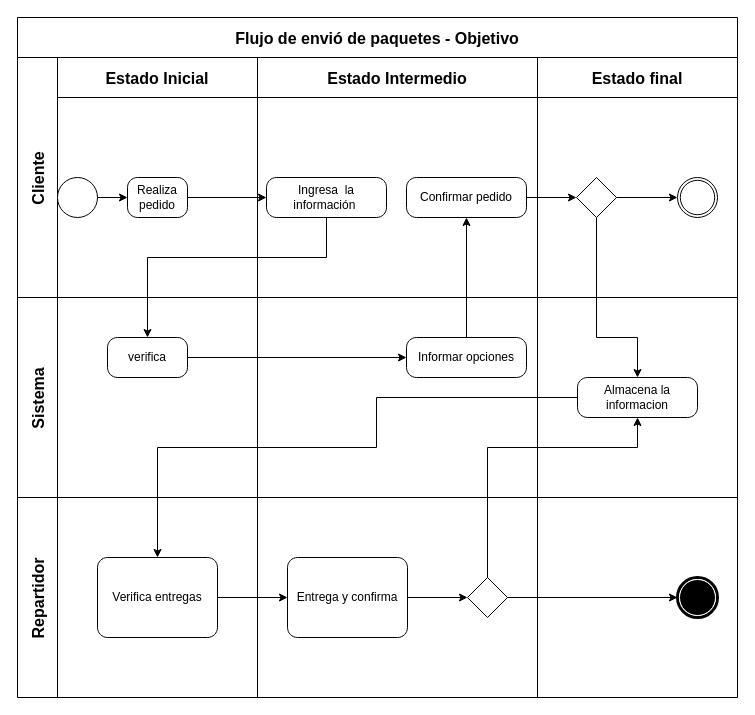
Earlier version of the draw.io diagram page "Modelo BPMN objetivo" (2 of 7) of 1. Planear/Envia.drawio (Jlcastano22/Envia). Source tidied: cells renumbered, new cells numbered last; positions are measured from the earlier drawing's top-left corner, leaving out a move shared by most shapes. Both pictures are drawn from the tidied source at 100%, with x=0, y=0 at pixel (17, 17).
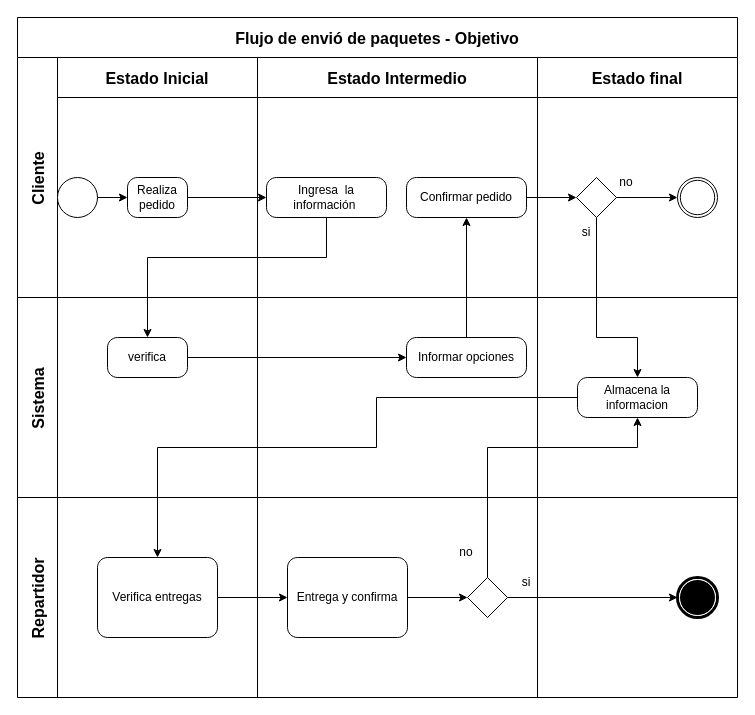
The same page after the edit.

Unchanged cells that the change refers to:
```xml
<mxCell id="11" value="Estado final" style="swimlane;swimlaneHead=0;swimlaneBody=0;fontStyle=1;strokeColor=inherit;fillColor=none;startSize=40;fontSize=16;" parent="3" vertex="1">
  <mxGeometry x="520" width="200" height="240" as="geometry" />
</mxCell>
<mxCell id="28" style="swimlane;swimlaneHead=0;swimlaneBody=0;fontStyle=1;strokeColor=inherit;fillColor=none;startSize=0;fontSize=16;" parent="25" vertex="1">
  <mxGeometry x="240" width="280" height="200" as="geometry" />
</mxCell>
<mxCell id="32" style="swimlane;swimlaneHead=0;swimlaneBody=0;fontStyle=1;strokeColor=inherit;fillColor=none;startSize=0;fontSize=16;" parent="25" vertex="1">
  <mxGeometry x="520" width="200" height="200" as="geometry" />
</mxCell>
```

Change to the diagram source:
```diff
@@
+    <mxCell id="41" value="si" style="text;html=1;align=center;verticalAlign=middle;whiteSpace=wrap;rounded=0;" parent="11" vertex="1">
+      <mxGeometry x="19" y="160" width="60" height="30" as="geometry" />
+    </mxCell>
+    <mxCell id="42" value="no" style="text;html=1;align=center;verticalAlign=middle;whiteSpace=wrap;rounded=0;" parent="11" vertex="1">
+      <mxGeometry x="59" y="110" width="60" height="30" as="geometry" />
+    </mxCell>
@@
+    <mxCell id="43" value="no" style="text;html=1;align=center;verticalAlign=middle;whiteSpace=wrap;rounded=0;" parent="28" vertex="1">
+      <mxGeometry x="179" y="40" width="60" height="30" as="geometry" />
+    </mxCell>
@@
+    <mxCell id="44" value="si" style="text;html=1;align=center;verticalAlign=middle;whiteSpace=wrap;rounded=0;" parent="32" vertex="1">
+      <mxGeometry x="-41" y="70" width="60" height="30" as="geometry" />
+    </mxCell>
```
